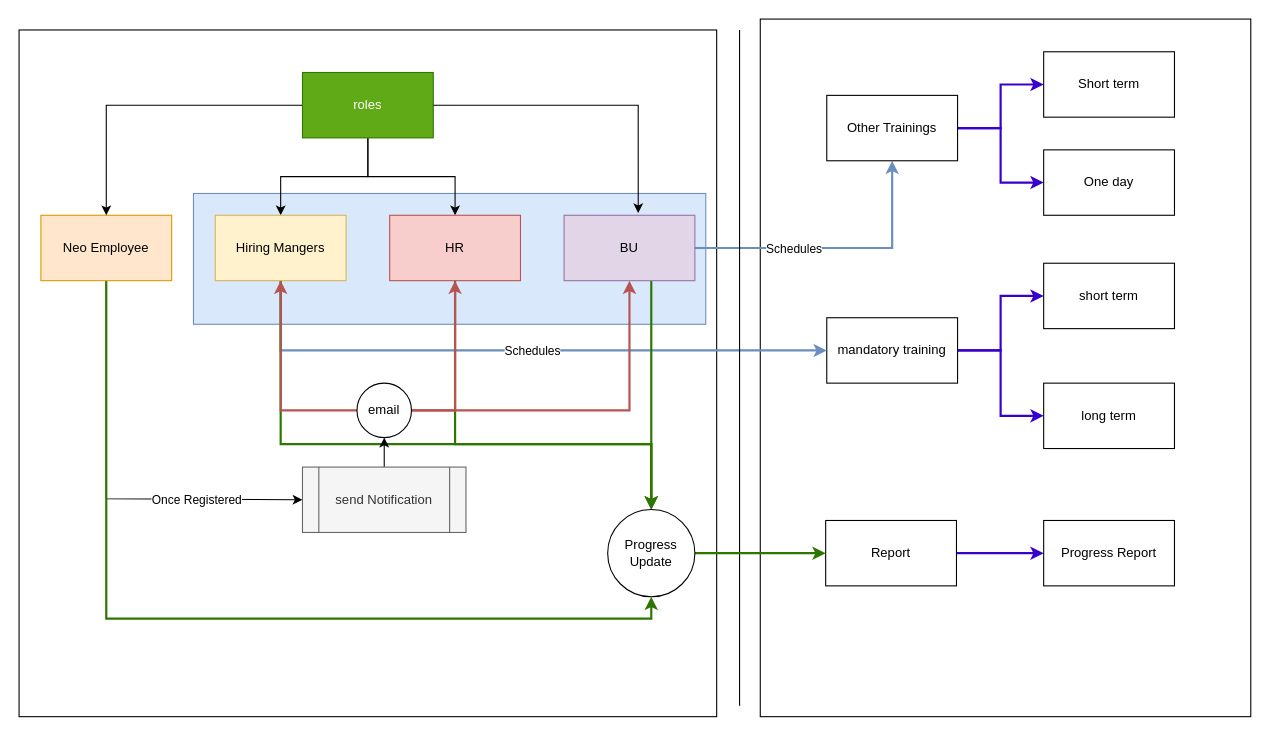
Before: neo.drawio in sumanta90/testcodes, a draw.io diagram. Source tidied: cells renumbered, new cells numbered last; positions are measured from the earlier drawing's top-left corner, leaving out a move shared by most shapes. Both pictures are drawn from the tidied source at 109%, with x=0, y=0 at pixel (19, 19).
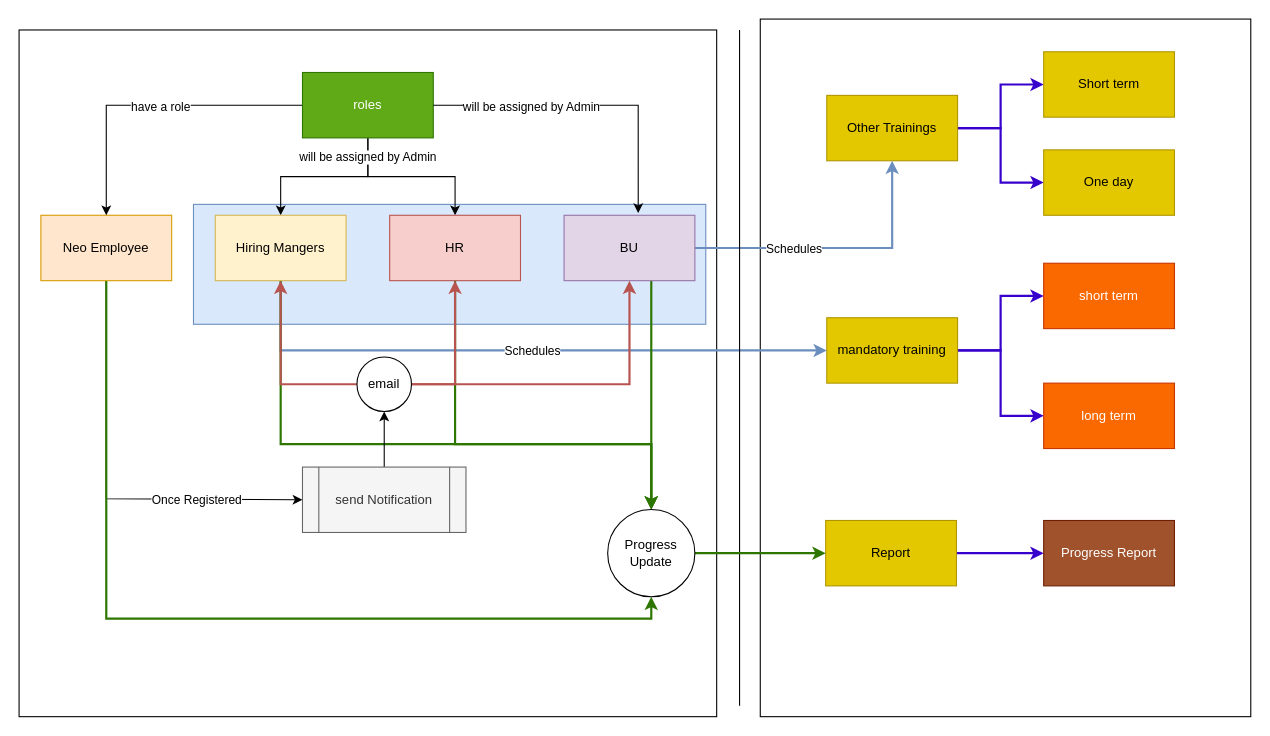
Above is the later version.

Unchanged cells that the change refers to:
```xml
<mxCell id="14" style="edgeStyle=orthogonalEdgeStyle;rounded=0;jettySize=auto;html=1;entryX=0.5;entryY=0;entryDx=0;entryDy=0;" parent="1" edge="1" source="17" target="8">
  <mxGeometry relative="1" as="geometry" />
</mxCell>
<mxCell id="16" style="edgeStyle=orthogonalEdgeStyle;rounded=0;jettySize=auto;html=1;entryX=0.5;entryY=0;entryDx=0;entryDy=0;" parent="1" edge="1" source="17" target="34">
  <mxGeometry relative="1" as="geometry" />
</mxCell>
<mxCell id="25" value="BU" style="rounded=0;whiteSpace=wrap;html=1;fillColor=#e1d5e7;strokeColor=#9673a6;" parent="1" vertex="1">
  <mxGeometry x="500" y="180" width="120" height="60" as="geometry" />
</mxCell>
<mxCell id="26" style="edgeStyle=orthogonalEdgeStyle;rounded=0;jettySize=auto;html=1;entryX=0.567;entryY=-0.033;entryDx=0;entryDy=0;entryPerimeter=0;" parent="1" edge="1" source="17" target="25">
  <mxGeometry relative="1" as="geometry" />
</mxCell>
<mxCell id="34" value="HR" style="rounded=0;whiteSpace=wrap;html=1;fillColor=#f8cecc;strokeColor=#b85450;" parent="1" vertex="1">
  <mxGeometry x="340" y="180" width="120" height="60" as="geometry" />
</mxCell>
```

The edit, as a diff of the source:
```diff
@@
     <mxCell id="4" style="rounded=0;whiteSpace=wrap;html=1;fillColor=#dae8fc;strokeColor=#6c8ebf;" parent="1" vertex="1">
-      <mxGeometry x="160" y="160" width="470" height="120" as="geometry" />
+      <mxGeometry x="160" y="170" width="470" height="110" as="geometry" />
     </mxCell>
@@
-    <mxCell id="11" value="mandatory training" style="rounded=0;whiteSpace=wrap;html=1;" parent="1" vertex="1">
+    <mxCell id="11" value="mandatory training" style="rounded=0;whiteSpace=wrap;html=1;fillColor=#e3c800;fontColor=#000000;strokeColor=#B09500;" parent="1" vertex="1">
       <mxGeometry x="741" y="274" width="120" height="60" as="geometry" />
     </mxCell>
-    <mxCell id="12" value="short term" style="rounded=0;whiteSpace=wrap;html=1;" parent="1" vertex="1">
+    <mxCell id="12" value="short term" style="rounded=0;whiteSpace=wrap;html=1;fillColor=#fa6800;fontColor=#FFFFFF;strokeColor=#C73500;" parent="1" vertex="1">
       <mxGeometry x="940" y="224" width="120" height="60" as="geometry" />
     </mxCell>
-    <mxCell id="13" value="long term" style="rounded=0;whiteSpace=wrap;html=1;" parent="1" vertex="1">
+    <mxCell id="13" value="long term" style="rounded=0;whiteSpace=wrap;html=1;fillColor=#fa6800;fontColor=#FFFFFF;strokeColor=#C73500;" parent="1" vertex="1">
       <mxGeometry x="940" y="334" width="120" height="60" as="geometry" />
     </mxCell>
@@
+    <mxCell id="46" value="have a role" style="edgeLabel;html=1;align=center;verticalAlign=middle;" parent="14" vertex="1">
+      <mxGeometry x="-0.07" y="1" relative="1" as="geometry" />
+    </mxCell>
@@
+    <mxCell id="47" value="will be assigned by Admin" style="edgeLabel;html=1;align=center;verticalAlign=middle;" parent="16" vertex="1">
+      <mxGeometry x="-0.77" y="-1" relative="1" as="geometry" />
+    </mxCell>
@@
+    <mxCell id="48" value="will be assigned by Admin" style="edgeLabel;html=1;align=center;verticalAlign=middle;" parent="26" vertex="1">
+      <mxGeometry x="-0.38" y="-1" relative="1" as="geometry" />
+    </mxCell>
@@
-    <mxCell id="30" value="Other Trainings" style="rounded=0;whiteSpace=wrap;html=1;" parent="1" vertex="1">
+    <mxCell id="30" value="Other Trainings" style="rounded=0;whiteSpace=wrap;html=1;fillColor=#e3c800;fontColor=#000000;strokeColor=#B09500;" parent="1" vertex="1">
       <mxGeometry x="741" y="70" width="120" height="60" as="geometry" />
     </mxCell>
-    <mxCell id="31" value="Short term" style="rounded=0;whiteSpace=wrap;html=1;" parent="1" vertex="1">
+    <mxCell id="31" value="Short term" style="rounded=0;whiteSpace=wrap;html=1;fillColor=#e3c800;fontColor=#000000;strokeColor=#B09500;" parent="1" vertex="1">
       <mxGeometry x="940" y="30" width="120" height="60" as="geometry" />
     </mxCell>
-    <mxCell id="32" value="One day" style="rounded=0;whiteSpace=wrap;html=1;" parent="1" vertex="1">
+    <mxCell id="32" value="One day" style="rounded=0;whiteSpace=wrap;html=1;fillColor=#e3c800;fontColor=#000000;strokeColor=#B09500;" parent="1" vertex="1">
       <mxGeometry x="940" y="120" width="120" height="60" as="geometry" />
     </mxCell>
@@
-    <mxCell id="38" style="edgeStyle=orthogonalEdgeStyle;rounded=0;jettySize=auto;html=1;entryX=0.5;entryY=1;entryDx=0;entryDy=0;fillColor=#f8cecc;strokeColor=#b85450;strokeWidth=2;" parent="1" edge="1" source="40" target="34">
+    <mxCell id="38" style="edgeStyle=orthogonalEdgeStyle;rounded=0;jettySize=auto;html=1;entryX=0.5;entryY=1;entryDx=0;entryDy=0;fillColor=#f8cecc;strokeColor=#b85450;strokeWidth=2;exitX=1;exitY=0.5;exitDx=0;exitDy=0;" parent="1" edge="1" source="40" target="34">
       <mxGeometry relative="1" as="geometry">
         <Array as="points">
-          <mxPoint x="400" y="359" />
+          <mxPoint x="400" y="335" />
         </Array>
       </mxGeometry>
     </mxCell>
-    <mxCell id="39" style="edgeStyle=orthogonalEdgeStyle;rounded=0;jettySize=auto;html=1;entryX=0.5;entryY=1;entryDx=0;entryDy=0;fillColor=#f8cecc;strokeColor=#b85450;strokeWidth=2;" parent="1" edge="1" source="40" target="25">
+    <mxCell id="39" style="edgeStyle=orthogonalEdgeStyle;rounded=0;jettySize=auto;html=1;entryX=0.5;entryY=1;entryDx=0;entryDy=0;fillColor=#f8cecc;strokeColor=#b85450;strokeWidth=2;exitX=1;exitY=0.5;exitDx=0;exitDy=0;" parent="1" edge="1" source="40" target="25">
       <mxGeometry relative="1" as="geometry">
         <Array as="points">
-          <mxPoint x="560" y="359" />
+          <mxPoint x="560" y="335" />
         </Array>
       </mxGeometry>
     </mxCell>
     <mxCell id="40" value="email" style="ellipse;whiteSpace=wrap;html=1;" parent="1" vertex="1">
-      <mxGeometry x="310" y="334" width="50" height="50" as="geometry" />
+      <mxGeometry x="310" y="310" width="50" height="50" as="geometry" />
     </mxCell>
@@
-    <mxCell id="42" value="Report" style="rounded=0;whiteSpace=wrap;html=1;" parent="1" vertex="1">
+    <mxCell id="42" value="Report" style="rounded=0;whiteSpace=wrap;html=1;fillColor=#e3c800;fontColor=#000000;strokeColor=#B09500;" parent="1" vertex="1">
       <mxGeometry x="740" y="460" width="120" height="60" as="geometry" />
     </mxCell>
-    <mxCell id="43" value="Progress Report" style="rounded=0;whiteSpace=wrap;html=1;" parent="1" vertex="1">
+    <mxCell id="43" value="Progress Report" style="rounded=0;whiteSpace=wrap;html=1;fillColor=#a0522d;fontColor=#ffffff;strokeColor=#6D1F00;" parent="1" vertex="1">
       <mxGeometry x="940" y="460" width="120" height="60" as="geometry" />
     </mxCell>
```
